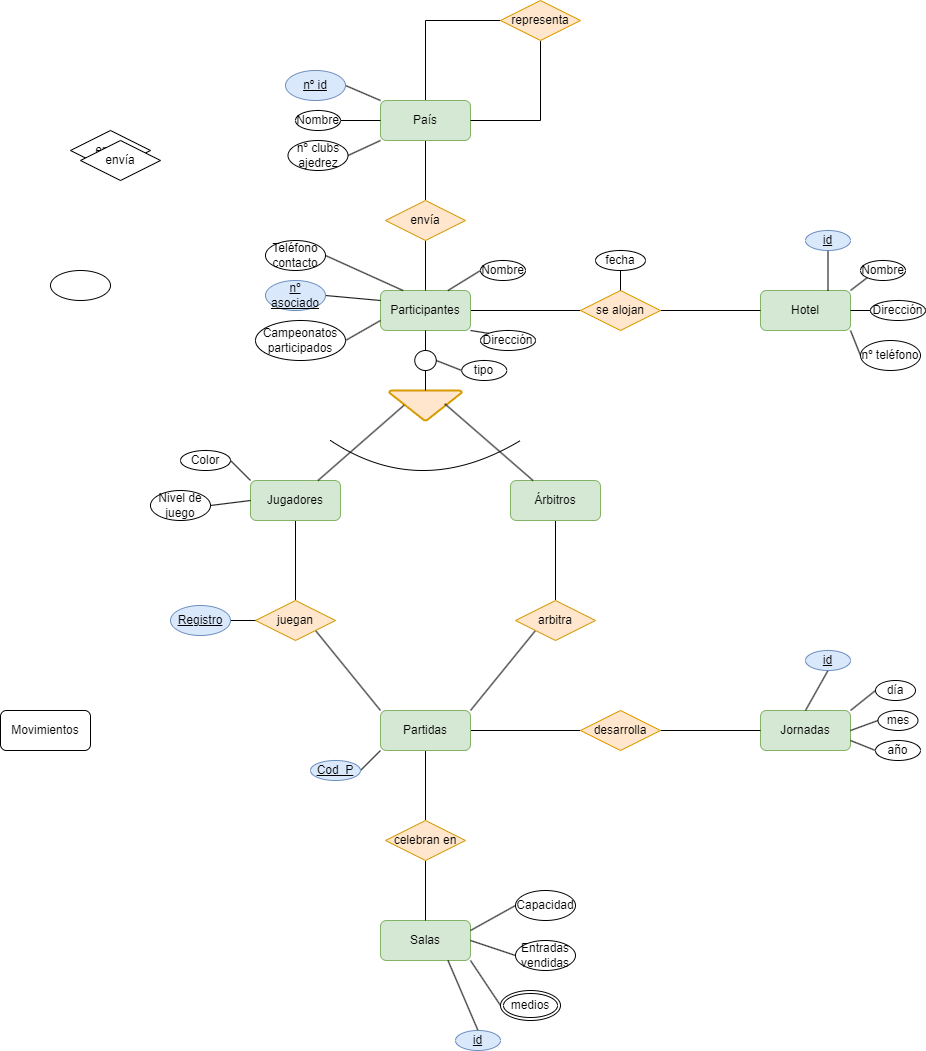
Earlier version of the draw.io export Unidad-1/Tareas/Tareas-evaluables/Tarea-evaluable-2/tarea-evaluable-2.drawio.png (LuisMGlez/base-datos). Source tidied: cells renumbered, new cells last; positions are measured from the earlier drawing's top-left corner, leaving out a move shared by most shapes.
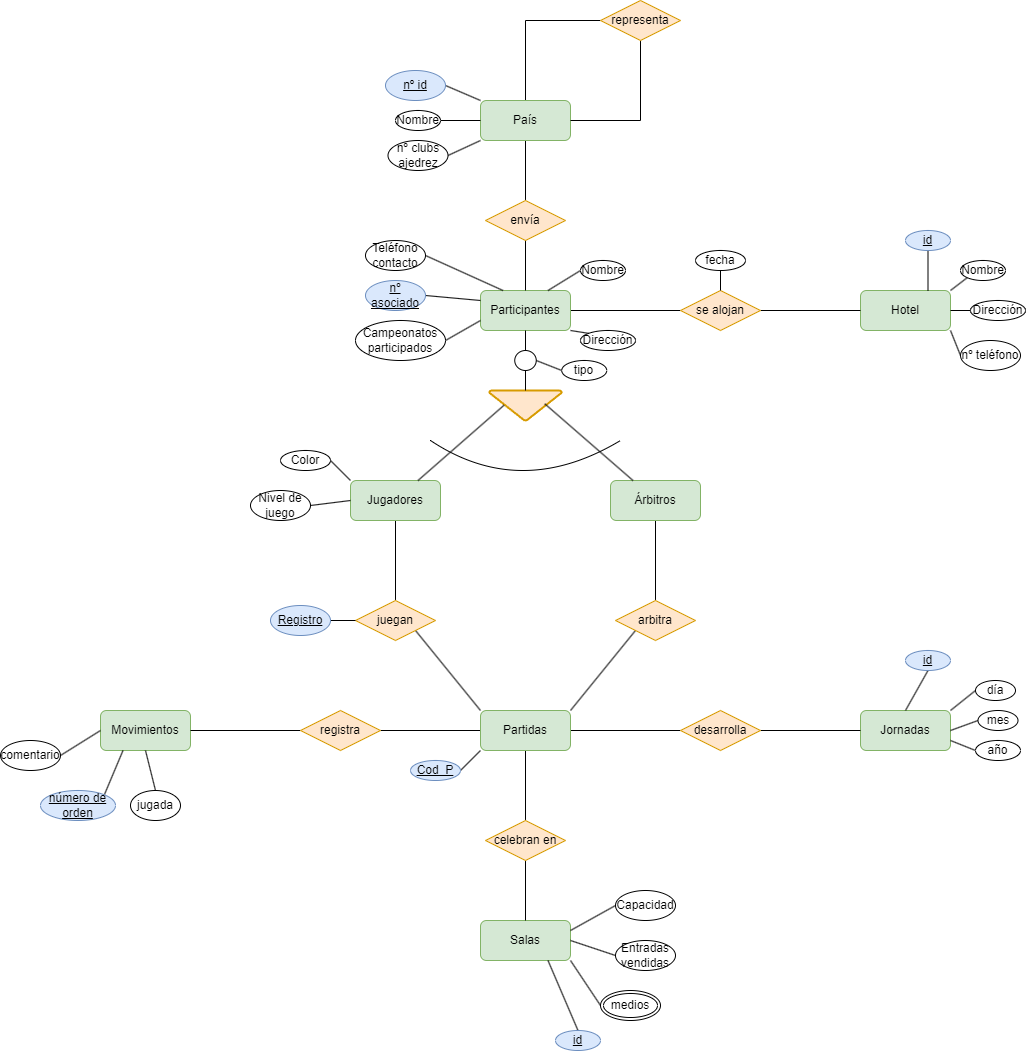
Above is the later version.

The edit, as a diff of the source:
```diff
@@ -23,6 +23,9 @@
     <mxCell id="8" style="edgeStyle=orthogonalEdgeStyle;rounded=0;jettySize=auto;html=1;exitX=0.5;exitY=1;exitDx=0;exitDy=0;entryX=0.5;entryY=0;entryDx=0;entryDy=0;endArrow=none;endFill=0;" parent="1" edge="1" source="9" target="28">
       <mxGeometry relative="1" as="geometry" />
     </mxCell>
+    <mxCell id="94" style="edgeStyle=orthogonalEdgeStyle;rounded=0;jettySize=auto;html=1;exitX=0;exitY=0.5;exitDx=0;exitDy=0;entryX=1;entryY=0.5;entryDx=0;entryDy=0;endArrow=none;endFill=0;" parent="1" edge="1" source="9" target="26">
+      <mxGeometry relative="1" as="geometry" />
+    </mxCell>
     <mxCell id="9" value="Partidas" style="rounded=1;whiteSpace=wrap;html=1;fillColor=#d5e8d4;strokeColor=#82b366;" parent="1" vertex="1">
       <mxGeometry x="380" y="710" width="90" height="40" as="geometry" />
     </mxCell>
@@ -74,14 +77,14 @@
         </Array>
       </mxGeometry>
     </mxCell>
-    <mxCell id="24" value="Movimientos" style="rounded=1;whiteSpace=wrap;html=1;" parent="1" vertex="1">
+    <mxCell id="24" value="Movimientos" style="rounded=1;whiteSpace=wrap;html=1;fillColor=#d5e8d4;strokeColor=#82b366;" parent="1" vertex="1">
       <mxGeometry y="710" width="90" height="40" as="geometry" />
     </mxCell>
-    <mxCell id="25" value="envía" style="rhombus;whiteSpace=wrap;html=1;" parent="1" vertex="1">
-      <mxGeometry x="70" y="130" width="80" height="40" as="geometry" />
-    </mxCell>
+    <mxCell id="95" style="edgeStyle=orthogonalEdgeStyle;rounded=0;jettySize=auto;html=1;exitX=0;exitY=0.5;exitDx=0;exitDy=0;entryX=1;entryY=0.5;entryDx=0;entryDy=0;endArrow=none;endFill=0;" parent="1" edge="1" source="26" target="24">
+      <mxGeometry relative="1" as="geometry" />
+    </mxCell>
-    <mxCell id="26" value="envía" style="rhombus;whiteSpace=wrap;html=1;" parent="1" vertex="1">
-      <mxGeometry x="80" y="140" width="80" height="40" as="geometry" />
+    <mxCell id="26" value="registra" style="rhombus;whiteSpace=wrap;html=1;fillColor=#ffe6cc;strokeColor=#d79b00;" parent="1" vertex="1">
+      <mxGeometry x="200" y="710" width="80" height="40" as="geometry" />
     </mxCell>
     <mxCell id="27" style="edgeStyle=orthogonalEdgeStyle;rounded=0;jettySize=auto;html=1;exitX=0.5;exitY=1;exitDx=0;exitDy=0;entryX=0.5;entryY=0;entryDx=0;entryDy=0;endArrow=none;endFill=0;" parent="1" edge="1" source="28" target="4">
       <mxGeometry relative="1" as="geometry" />
@@ -125,8 +128,11 @@
     <mxCell id="40" value="envía" style="rhombus;whiteSpace=wrap;html=1;fillColor=#ffe6cc;strokeColor=#d79b00;" parent="1" vertex="1">
       <mxGeometry x="385" y="200" width="80" height="40" as="geometry" />
     </mxCell>
+    <mxCell id="96" style="rounded=0;jettySize=auto;html=1;exitX=0.5;exitY=0;exitDx=0;exitDy=0;entryX=0.5;entryY=1;entryDx=0;entryDy=0;endArrow=none;endFill=0;" parent="1" edge="1" source="41" target="24">
+      <mxGeometry relative="1" as="geometry" />
+    </mxCell>
-    <mxCell id="41" style="ellipse;whiteSpace=wrap;html=1;" parent="1" vertex="1">
-      <mxGeometry x="50" y="270" width="60" height="30" as="geometry" />
+    <mxCell id="41" value="jugada" style="ellipse;whiteSpace=wrap;html=1;" parent="1" vertex="1">
+      <mxGeometry x="30" y="790" width="50" height="30" as="geometry" />
     </mxCell>
     <mxCell id="42" style="rounded=0;jettySize=auto;html=1;exitX=0.5;exitY=1;exitDx=0;exitDy=0;entryX=0.5;entryY=0;entryDx=0;entryDy=0;endArrow=none;endFill=0;" parent="1" edge="1" source="43" target="38">
       <mxGeometry relative="1" as="geometry" />
@@ -284,5 +290,17 @@
     <mxCell id="93" value="&lt;u&gt;id&lt;/u&gt;" style="ellipse;whiteSpace=wrap;html=1;fillColor=#dae8fc;strokeColor=#6c8ebf;" parent="1" vertex="1">
       <mxGeometry x="455" y="1030" width="45" height="20" as="geometry" />
     </mxCell>
+    <mxCell id="97" style="rounded=0;jettySize=auto;html=1;exitX=1;exitY=0;exitDx=0;exitDy=0;entryX=0.25;entryY=1;entryDx=0;entryDy=0;endArrow=none;endFill=0;" parent="1" edge="1" source="98" target="24">
+      <mxGeometry relative="1" as="geometry" />
+    </mxCell>
+    <mxCell id="98" value="&lt;u&gt;número de orden&lt;/u&gt;" style="ellipse;whiteSpace=wrap;html=1;fillColor=#dae8fc;strokeColor=#6c8ebf;" parent="1" vertex="1">
+      <mxGeometry x="-60" y="790" width="75" height="30" as="geometry" />
+    </mxCell>
+    <mxCell id="99" style="rounded=0;jettySize=auto;html=1;exitX=1;exitY=0.5;exitDx=0;exitDy=0;entryX=0;entryY=0.5;entryDx=0;entryDy=0;endArrow=none;endFill=0;" parent="1" edge="1" source="100" target="24">
+      <mxGeometry relative="1" as="geometry" />
+    </mxCell>
+    <mxCell id="100" value="comentario" style="ellipse;whiteSpace=wrap;html=1;" parent="1" vertex="1">
+      <mxGeometry x="-100" y="740" width="60" height="30" as="geometry" />
+    </mxCell>
   </root>
 </mxGraphModel>
```
